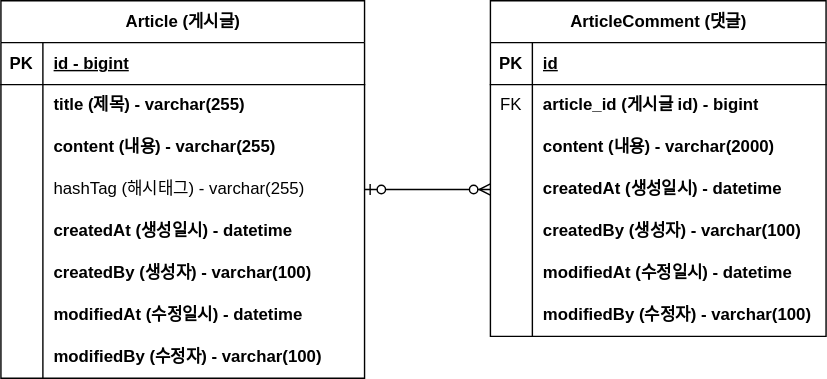
This is document/project-board-erd.svg from woohyeonjoe/project-board, a draw.io export, as it was before one commit. Source tidied: cells renumbered, new cells last; positions are measured from the earlier drawing's top-left corner, leaving out a move shared by most shapes.
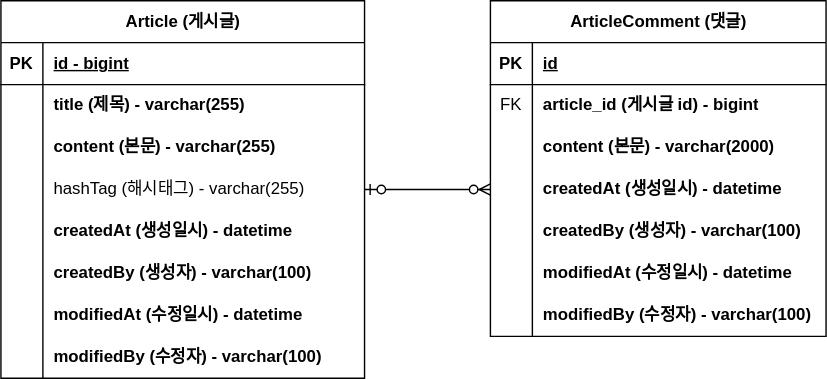
Later version of the same file.

Commit message:
#9 - ERD 주석 업데이트: project-board-erd.svg 업데이트

The edit, as a diff of the source:
```diff
@@ -29,7 +29,7 @@
     <mxCell id="10" style="shape=partialRectangle;fillColor=none;top=0;left=0;bottom=0;right=0;overflow=hidden;whiteSpace=wrap;html=1;" parent="9" vertex="1">
       <mxGeometry width="30" height="30" as="geometry" />
     </mxCell>
-    <mxCell id="11" value="content (내용) - varchar(255)" style="shape=partialRectangle;fillColor=none;top=0;left=0;bottom=0;right=0;align=left;spacingLeft=6;overflow=hidden;whiteSpace=wrap;html=1;fontStyle=1;" parent="9" vertex="1">
+    <mxCell id="11" value="content (본문) - varchar(255)" style="shape=partialRectangle;fillColor=none;top=0;left=0;bottom=0;right=0;align=left;spacingLeft=6;overflow=hidden;whiteSpace=wrap;html=1;fontStyle=1;" parent="9" vertex="1">
       <mxGeometry x="30" width="230" height="30" as="geometry" />
     </mxCell>
     <mxCell id="12" style="shape=tableRow;horizontal=0;startSize=0;swimlaneHead=0;swimlaneBody=0;fillColor=none;points=[[0,0.5],[1,0.5]];portConstraint=eastwest;top=0;left=0;right=0;bottom=0;" parent="2" vertex="1">
@@ -104,7 +104,7 @@
     <mxCell id="35" style="shape=partialRectangle;fillColor=none;top=0;left=0;bottom=0;right=0;overflow=hidden;whiteSpace=wrap;html=1;" parent="34" vertex="1">
       <mxGeometry width="30" height="30" as="geometry" />
     </mxCell>
-    <mxCell id="36" value="content (내용) - varchar(2000)" style="shape=partialRectangle;fillColor=none;top=0;left=0;bottom=0;right=0;align=left;spacingLeft=6;overflow=hidden;whiteSpace=wrap;html=1;fontStyle=1;" parent="34" vertex="1">
+    <mxCell id="36" value="content (본문) - varchar(2000)" style="shape=partialRectangle;fillColor=none;top=0;left=0;bottom=0;right=0;align=left;spacingLeft=6;overflow=hidden;whiteSpace=wrap;html=1;fontStyle=1;" parent="34" vertex="1">
       <mxGeometry x="30" width="210" height="30" as="geometry" />
     </mxCell>
     <mxCell id="37" style="shape=tableRow;horizontal=0;startSize=0;swimlaneHead=0;swimlaneBody=0;fillColor=none;points=[[0,0.5],[1,0.5]];portConstraint=eastwest;top=0;left=0;right=0;bottom=0;" parent="27" vertex="1">
```
